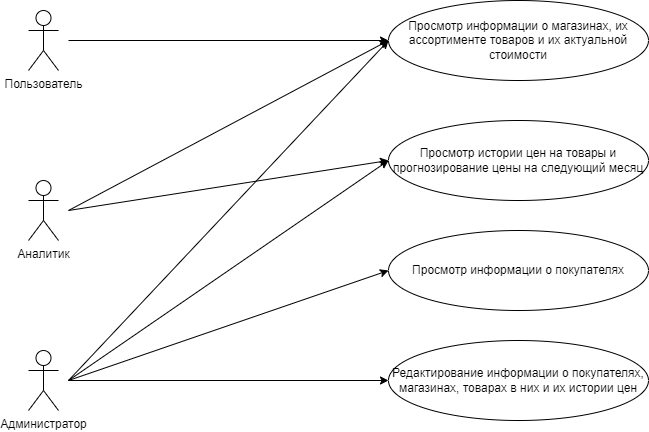
This is docs/imgs/use_case.drawio.png from Yokud/DBCourseWork, a draw.io export, as it was before one commit. Source tidied: cells renumbered, new cells last; positions are measured from the earlier drawing's top-left corner, leaving out a move shared by most shapes. The source it was exported from:
```xml
<mxGraphModel>
  <root>
    <mxCell id="0" />
    <mxCell id="1" parent="0" />
    <mxCell id="2" style="edgeStyle=none;rounded=0;jettySize=auto;html=1;entryX=0;entryY=0.5;entryDx=0;entryDy=0;" parent="1" edge="1" target="12">
      <mxGeometry relative="1" as="geometry">
        <mxPoint x="40" y="40" as="sourcePoint" />
      </mxGeometry>
    </mxCell>
    <mxCell id="3" value="Пользователь" style="shape=umlActor;verticalLabelPosition=bottom;verticalAlign=top;html=1;" parent="1" vertex="1">
      <mxGeometry y="10" width="30" height="60" as="geometry" />
    </mxCell>
    <mxCell id="4" style="edgeStyle=none;rounded=0;jettySize=auto;html=1;entryX=0;entryY=0.5;entryDx=0;entryDy=0;" parent="1" edge="1" target="13">
      <mxGeometry relative="1" as="geometry">
        <mxPoint x="40" y="210" as="sourcePoint" />
      </mxGeometry>
    </mxCell>
    <mxCell id="5" style="edgeStyle=none;rounded=0;jettySize=auto;html=1;entryX=0;entryY=0.5;entryDx=0;entryDy=0;" parent="1" edge="1" target="12">
      <mxGeometry relative="1" as="geometry">
        <mxPoint x="40" y="210" as="sourcePoint" />
      </mxGeometry>
    </mxCell>
    <mxCell id="6" value="Аналитик" style="shape=umlActor;verticalLabelPosition=bottom;verticalAlign=top;html=1;" parent="1" vertex="1">
      <mxGeometry y="180" width="30" height="60" as="geometry" />
    </mxCell>
    <mxCell id="7" style="rounded=0;jettySize=auto;html=1;entryX=0;entryY=0.5;entryDx=0;entryDy=0;" parent="1" edge="1" target="15">
      <mxGeometry relative="1" as="geometry">
        <mxPoint x="40" y="380" as="sourcePoint" />
      </mxGeometry>
    </mxCell>
    <mxCell id="8" style="rounded=0;jettySize=auto;html=1;entryX=0;entryY=0.5;entryDx=0;entryDy=0;" parent="1" edge="1" target="14">
      <mxGeometry relative="1" as="geometry">
        <mxPoint x="40" y="380" as="sourcePoint" />
      </mxGeometry>
    </mxCell>
    <mxCell id="9" style="edgeStyle=none;rounded=0;jettySize=auto;html=1;entryX=0;entryY=0.5;entryDx=0;entryDy=0;" parent="1" edge="1" target="13">
      <mxGeometry relative="1" as="geometry">
        <mxPoint x="40" y="380" as="sourcePoint" />
      </mxGeometry>
    </mxCell>
    <mxCell id="10" style="edgeStyle=none;rounded=0;jettySize=auto;html=1;entryX=0;entryY=0.5;entryDx=0;entryDy=0;" parent="1" edge="1" target="12">
      <mxGeometry relative="1" as="geometry">
        <mxPoint x="40" y="380" as="sourcePoint" />
      </mxGeometry>
    </mxCell>
    <mxCell id="11" value="Администратор" style="shape=umlActor;verticalLabelPosition=bottom;verticalAlign=top;html=1;" parent="1" vertex="1">
      <mxGeometry y="350" width="30" height="60" as="geometry" />
    </mxCell>
    <mxCell id="12" value="Просмотр информации о магазинах, их ассортименте товаров и их актуальной стоимости" style="ellipse;whiteSpace=wrap;html=1;" parent="1" vertex="1">
      <mxGeometry x="360" width="260" height="80" as="geometry" />
    </mxCell>
    <mxCell id="13" value="Просмотр истории цен на товары и прогнозирование цены на следующий месяц" style="ellipse;whiteSpace=wrap;html=1;" parent="1" vertex="1">
      <mxGeometry x="360" y="120" width="260" height="80" as="geometry" />
    </mxCell>
    <mxCell id="14" value="Просмотр информации о покупателях" style="ellipse;whiteSpace=wrap;html=1;" parent="1" vertex="1">
      <mxGeometry x="360" y="230" width="260" height="80" as="geometry" />
    </mxCell>
    <mxCell id="15" value="Редактирование информации о покупателях, магазинах, товарах в них и их истории цен" style="ellipse;whiteSpace=wrap;html=1;" parent="1" vertex="1">
      <mxGeometry x="360" y="340" width="260" height="80" as="geometry" />
    </mxCell>
  </root>
</mxGraphModel>
```
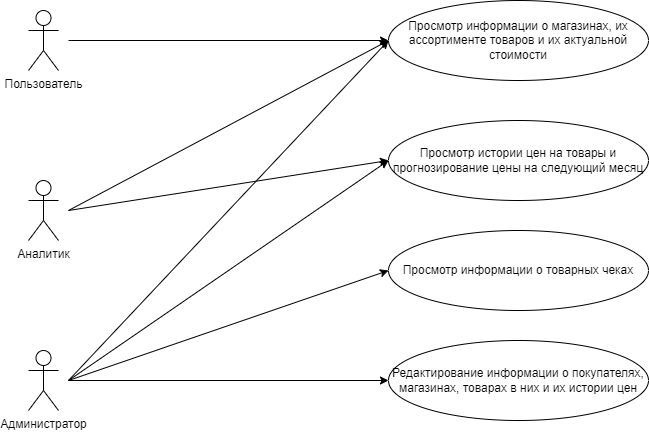
After the change.

Diff of the diagram source:
```diff
@@ -52,7 +52,7 @@
     <mxCell id="13" value="Просмотр истории цен на товары и прогнозирование цены на следующий месяц" style="ellipse;whiteSpace=wrap;html=1;" parent="1" vertex="1">
       <mxGeometry x="360" y="120" width="260" height="80" as="geometry" />
     </mxCell>
-    <mxCell id="14" value="Просмотр информации о покупателях" style="ellipse;whiteSpace=wrap;html=1;" parent="1" vertex="1">
+    <mxCell id="14" value="Просмотр информации о товарных чеках" style="ellipse;whiteSpace=wrap;html=1;" parent="1" vertex="1">
       <mxGeometry x="360" y="230" width="260" height="80" as="geometry" />
     </mxCell>
     <mxCell id="15" value="Редактирование информации о покупателях, магазинах, товарах в них и их истории цен" style="ellipse;whiteSpace=wrap;html=1;" parent="1" vertex="1">
```
